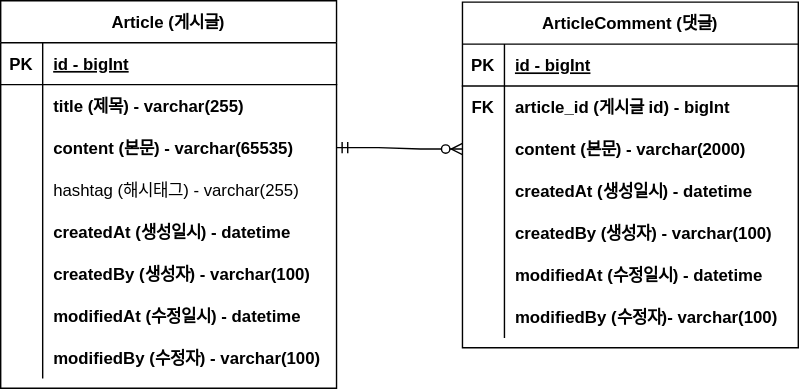
Before: document/project-board-erd.svg, a diagram exported from draw.io (chojs23/spring-board). Source tidied: cells renumbered, new cells last; positions are measured from the earlier drawing's top-left corner, leaving out a move shared by most shapes.
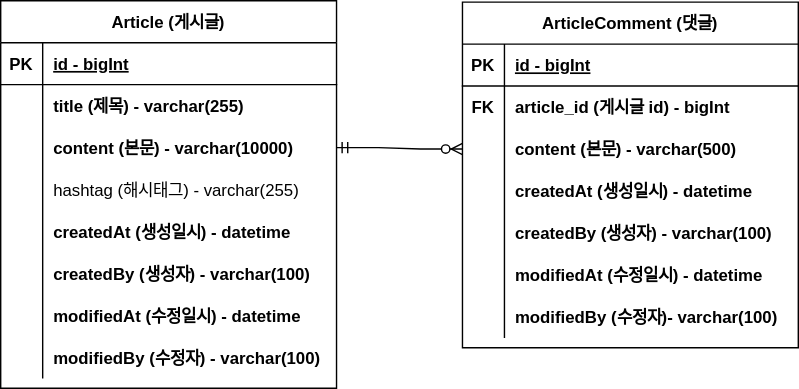
After the commit.

Commit message:
#11 - erd 업데이트

Change to the diagram source:
```diff
@@ -29,7 +29,7 @@
     <mxCell id="10" style="shape=partialRectangle;fillColor=none;top=0;left=0;bottom=0;right=0;overflow=hidden;" parent="9" vertex="1">
       <mxGeometry width="30" height="30" as="geometry" />
     </mxCell>
-    <mxCell id="11" value="content (본문) - varchar(65535)" style="shape=partialRectangle;fillColor=none;top=0;left=0;bottom=0;right=0;align=left;spacingLeft=6;overflow=hidden;fontStyle=1;" parent="9" vertex="1">
+    <mxCell id="11" value="content (본문) - varchar(10000)" style="shape=partialRectangle;fillColor=none;top=0;left=0;bottom=0;right=0;align=left;spacingLeft=6;overflow=hidden;fontStyle=1;" parent="9" vertex="1">
       <mxGeometry x="30" width="210" height="30" as="geometry" />
     </mxCell>
     <mxCell id="12" style="shape=tableRow;horizontal=0;startSize=0;swimlaneHead=0;swimlaneBody=0;fillColor=none;top=0;left=0;right=0;bottom=0;" parent="2" vertex="1">
@@ -104,7 +104,7 @@
     <mxCell id="35" style="shape=partialRectangle;fillColor=none;top=0;left=0;bottom=0;right=0;overflow=hidden;" parent="34" vertex="1">
       <mxGeometry width="30" height="30" as="geometry" />
     </mxCell>
-    <mxCell id="36" value="content (본문) - varchar(2000)" style="shape=partialRectangle;fillColor=none;top=0;left=0;bottom=0;right=0;align=left;spacingLeft=6;overflow=hidden;fontStyle=1;" parent="34" vertex="1">
+    <mxCell id="36" value="content (본문) - varchar(500)" style="shape=partialRectangle;fillColor=none;top=0;left=0;bottom=0;right=0;align=left;spacingLeft=6;overflow=hidden;fontStyle=1;" parent="34" vertex="1">
       <mxGeometry x="30" width="210" height="30" as="geometry" />
     </mxCell>
     <mxCell id="37" style="shape=tableRow;horizontal=0;startSize=0;swimlaneHead=0;swimlaneBody=0;fillColor=none;top=0;left=0;right=0;bottom=0;" parent="27" vertex="1">
```
